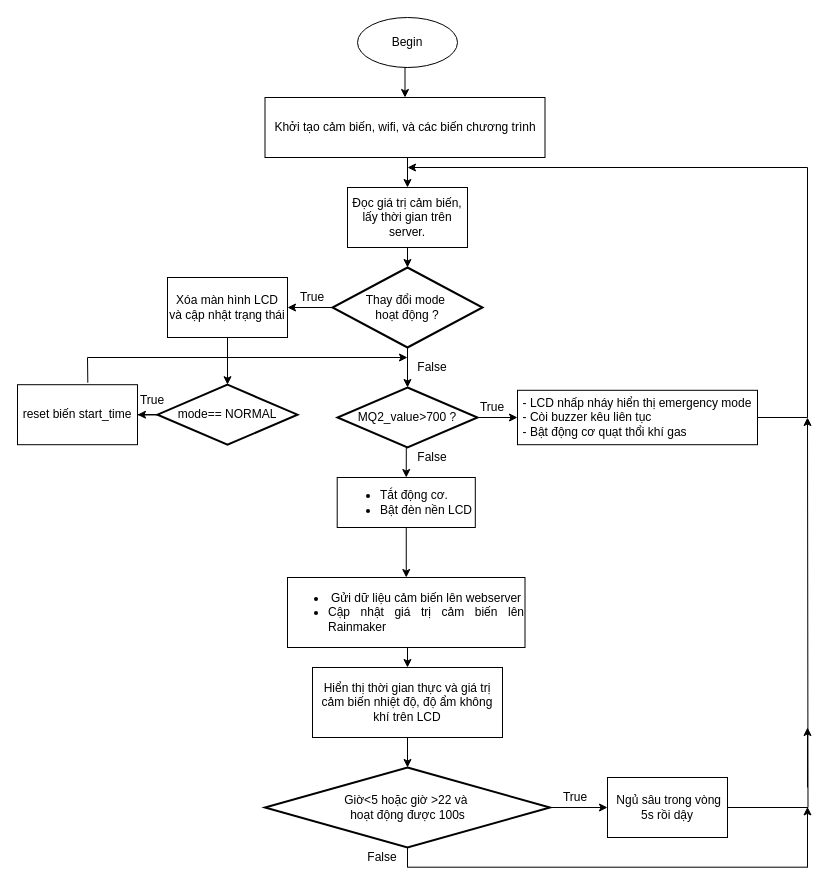
Earlier version of the draw.io diagram page "home" (1 of 3) of home.drawio (106210049/Smart-home). Source tidied: cells renumbered, new cells numbered last; positions are measured from the earlier drawing's top-left corner, leaving out a move shared by most shapes. Both pictures are drawn from the tidied source at 100%, with x=0, y=0 at pixel (17, 17).
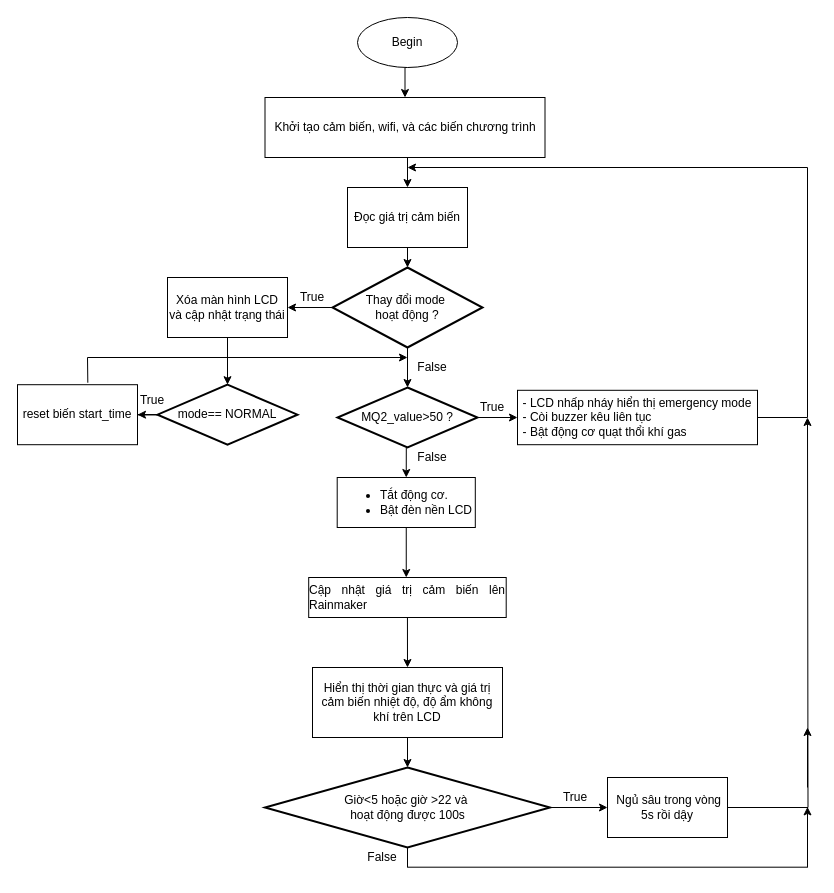
The same diagram, later.

The change refers to these unchanged cells:
```xml
<mxCell id="25" value="&lt;ul&gt;&lt;li style=&quot;text-align: justify;&quot;&gt;Tắt động cơ.&lt;/li&gt;&lt;li style=&quot;text-align: justify;&quot;&gt;Bật đèn nền LCD&lt;/li&gt;&lt;/ul&gt;" style="rounded=0;whiteSpace=wrap;html=1;" parent="1" vertex="1">
  <mxGeometry x="319.7" y="460" width="138.1" height="50" as="geometry" />
</mxCell>
```

The edit, as a diff of the source:
```diff
@@
-    <mxCell id="6" value="Đọc giá trị cảm biến, lấy thời gian trên server." style="rounded=0;whiteSpace=wrap;html=1;" parent="1" vertex="1">
+    <mxCell id="6" value="Đọc giá trị cảm biến" style="rounded=0;whiteSpace=wrap;html=1;" parent="1" vertex="1">
       <mxGeometry x="330" y="170" width="120" height="60" as="geometry" />
     </mxCell>
@@
-    <mxCell id="19" value="MQ2_value&amp;gt;700 ?" style="strokeWidth=2;html=1;shape=mxgraph.flowchart.decision;whiteSpace=wrap;" parent="1" vertex="1">
+    <mxCell id="19" value="MQ2_value&amp;gt;50 ?" style="strokeWidth=2;html=1;shape=mxgraph.flowchart.decision;whiteSpace=wrap;" parent="1" vertex="1">
       <mxGeometry x="320" y="370" width="140" height="60" as="geometry" />
     </mxCell>
@@
-    <mxCell id="24" style="edgeStyle=orthogonalEdgeStyle;rounded=0;jettySize=auto;html=1;exitX=0.5;exitY=1;exitDx=0;exitDy=0;entryX=0.5;entryY=0;entryDx=0;entryDy=0;" parent="1" edge="1" source="25" target="28">
-      <mxGeometry relative="1" as="geometry" />
-    </mxCell>
@@
-    <mxCell id="28" value="&lt;div style=&quot;text-align: justify;&quot;&gt;&lt;ul style=&quot;text-align: center;&quot;&gt;&lt;li&gt;&lt;span style=&quot;background-color: initial;&quot;&gt;Gửi dữ liệu cảm biến lên webserver&lt;/span&gt;&lt;/li&gt;&lt;li style=&quot;text-align: justify;&quot;&gt;&lt;span style=&quot;background-color: initial;&quot;&gt;Cập nhật giá trị cảm biến lên Rainmaker&lt;/span&gt;&lt;/li&gt;&lt;/ul&gt;&lt;/div&gt;" style="rounded=0;whiteSpace=wrap;html=1;" parent="1" vertex="1">
-      <mxGeometry x="270" y="560" width="237.5" height="70" as="geometry" />
+    <mxCell id="28" value="&lt;div style=&quot;text-align: justify;&quot;&gt;&lt;span style=&quot;background-color: initial;&quot;&gt;Cập nhật giá trị cảm biến lên Rainmaker&lt;/span&gt;&lt;/div&gt;" style="rounded=0;whiteSpace=wrap;html=1;" parent="1" vertex="1">
+      <mxGeometry x="291.2" y="560" width="197.5" height="40" as="geometry" />
     </mxCell>
@@
+    <mxCell id="24" style="edgeStyle=orthogonalEdgeStyle;rounded=0;jettySize=auto;html=1;exitX=0.5;exitY=1;exitDx=0;exitDy=0;entryX=0.494;entryY=0;entryDx=0;entryDy=0;entryPerimeter=0;" parent="1" edge="1" source="25" target="28">
+      <mxGeometry relative="1" as="geometry" />
+    </mxCell>
```
